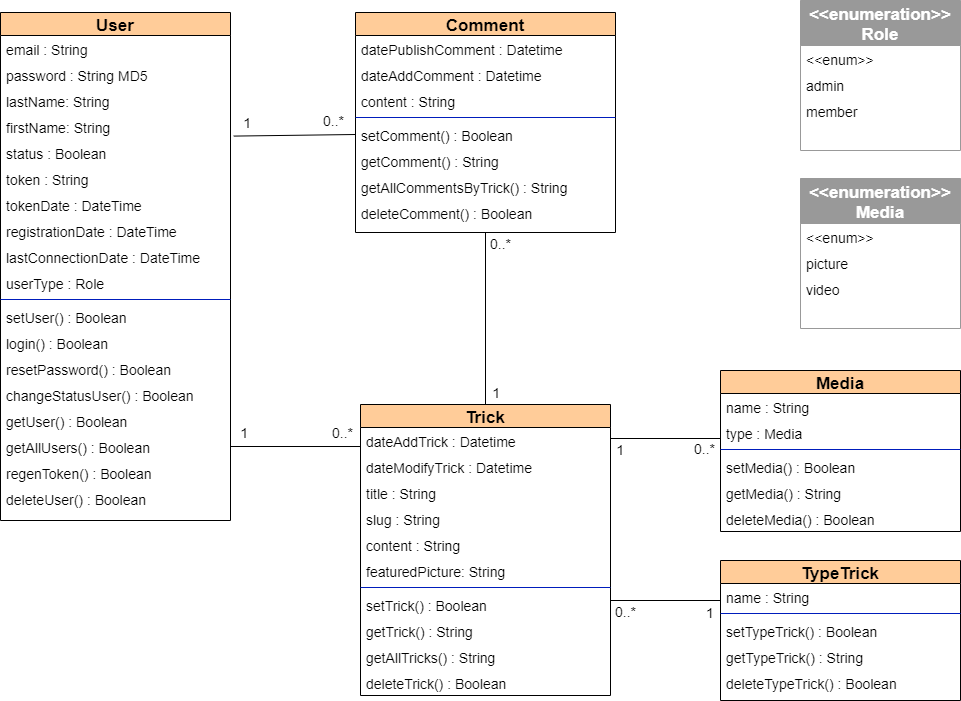
siakamansaly/Community_Website_with_Symfony keeps this draw.io diagram as diagrams/P6_UML_DiagrammeClasses.drawio.png. Above is the earlier version. Source tidied: cells renumbered, new cells last; positions are measured from the earlier drawing's top-left corner, leaving out a move shared by most shapes.
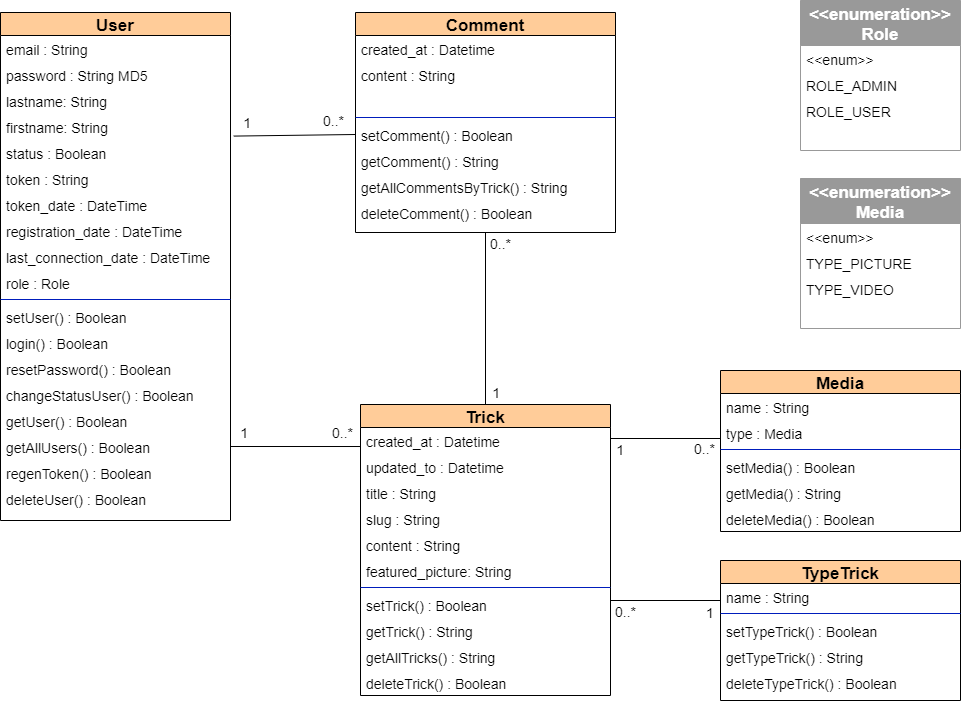
The same diagram one commit later.

What changed in the source:
```diff
@@ -11,10 +11,10 @@
     <mxCell id="4" value="password : String MD5" style="text;align=left;verticalAlign=top;spacingLeft=4;spacingRight=4;overflow=hidden;rounded=0;shadow=0;html=0;fontSize=14;" parent="2" vertex="1">
       <mxGeometry y="49" width="230" height="26" as="geometry" />
     </mxCell>
-    <mxCell id="5" value="lastName: String" style="text;align=left;verticalAlign=top;spacingLeft=4;spacingRight=4;overflow=hidden;rounded=0;shadow=0;html=0;fontSize=14;" parent="2" vertex="1">
+    <mxCell id="5" value="lastname: String" style="text;align=left;verticalAlign=top;spacingLeft=4;spacingRight=4;overflow=hidden;rounded=0;shadow=0;html=0;fontSize=14;" parent="2" vertex="1">
       <mxGeometry y="75" width="230" height="26" as="geometry" />
     </mxCell>
-    <mxCell id="6" value="firstName: String" style="text;align=left;verticalAlign=top;spacingLeft=4;spacingRight=4;overflow=hidden;points=[[0,0.5],[1,0.5]];portConstraint=eastwest;fontSize=14;" parent="2" vertex="1">
+    <mxCell id="6" value="firstname: String" style="text;align=left;verticalAlign=top;spacingLeft=4;spacingRight=4;overflow=hidden;points=[[0,0.5],[1,0.5]];portConstraint=eastwest;fontSize=14;" parent="2" vertex="1">
       <mxGeometry y="101" width="230" height="26" as="geometry" />
     </mxCell>
     <mxCell id="7" value="status : Boolean" style="text;align=left;verticalAlign=top;spacingLeft=4;spacingRight=4;overflow=hidden;fontSize=14;" parent="2" vertex="1">
@@ -23,16 +23,16 @@
     <mxCell id="8" value="token : String" style="text;align=left;verticalAlign=top;spacingLeft=4;spacingRight=4;overflow=hidden;fontSize=14;" parent="2" vertex="1">
       <mxGeometry y="153" width="230" height="26" as="geometry" />
     </mxCell>
-    <mxCell id="9" value="tokenDate : DateTime" style="text;align=left;verticalAlign=top;spacingLeft=4;spacingRight=4;overflow=hidden;fontSize=14;" parent="2" vertex="1">
+    <mxCell id="9" value="token_date : DateTime" style="text;align=left;verticalAlign=top;spacingLeft=4;spacingRight=4;overflow=hidden;fontSize=14;" parent="2" vertex="1">
       <mxGeometry y="179" width="230" height="26" as="geometry" />
     </mxCell>
-    <mxCell id="10" value="registrationDate : DateTime" style="text;align=left;verticalAlign=top;spacingLeft=4;spacingRight=4;overflow=hidden;fontSize=14;" parent="2" vertex="1">
+    <mxCell id="10" value="registration_date : DateTime" style="text;align=left;verticalAlign=top;spacingLeft=4;spacingRight=4;overflow=hidden;fontSize=14;" parent="2" vertex="1">
       <mxGeometry y="205" width="230" height="26" as="geometry" />
     </mxCell>
-    <mxCell id="11" value="lastConnectionDate : DateTime" style="text;align=left;verticalAlign=top;spacingLeft=4;spacingRight=4;overflow=hidden;fontSize=14;" parent="2" vertex="1">
+    <mxCell id="11" value="last_connection_date : DateTime" style="text;align=left;verticalAlign=top;spacingLeft=4;spacingRight=4;overflow=hidden;fontSize=14;" parent="2" vertex="1">
       <mxGeometry y="231" width="230" height="26" as="geometry" />
     </mxCell>
-    <mxCell id="12" value="userType : Role" style="text;align=left;verticalAlign=top;spacingLeft=4;spacingRight=4;overflow=hidden;fontSize=14;" parent="2" vertex="1">
+    <mxCell id="12" value="role : Role" style="text;align=left;verticalAlign=top;spacingLeft=4;spacingRight=4;overflow=hidden;fontSize=14;" parent="2" vertex="1">
       <mxGeometry y="257" width="230" height="26" as="geometry" />
     </mxCell>
     <mxCell id="13" style="line;html=1;strokeWidth=1;align=left;verticalAlign=middle;spacingTop=-1;spacingLeft=3;spacingRight=3;labelPosition=right;fontColor=#ffffff;strokeColor=#001DBC;fillColor=#0050ef;fontSize=14;" parent="2" vertex="1">
@@ -65,10 +65,10 @@
     <mxCell id="22" value="Trick" style="swimlane;fontStyle=1;align=center;verticalAlign=middle;horizontal=1;startSize=23;strokeWidth=1;fontColor=#000000;strokeColor=#000000;fillColor=#FFCC99;spacingTop=-1;spacingLeft=3;spacingRight=3;fontSize=17;" parent="1" vertex="1">
       <mxGeometry x="360" y="404" width="250" height="291" as="geometry" />
     </mxCell>
-    <mxCell id="23" value="dateAddTrick : Datetime" style="text;align=left;verticalAlign=top;spacingLeft=4;spacingRight=4;overflow=hidden;fontSize=14;" parent="22" vertex="1">
+    <mxCell id="23" value="created_at : Datetime" style="text;align=left;verticalAlign=top;spacingLeft=4;spacingRight=4;overflow=hidden;fontSize=14;" parent="22" vertex="1">
       <mxGeometry y="23" width="250" height="26" as="geometry" />
     </mxCell>
-    <mxCell id="24" value="dateModifyTrick : Datetime" style="text;align=left;verticalAlign=top;spacingLeft=4;spacingRight=4;overflow=hidden;points=[[0,0.5],[1,0.5]];portConstraint=eastwest;fontSize=14;" parent="22" vertex="1">
+    <mxCell id="24" value="updated_to : Datetime" style="text;align=left;verticalAlign=top;spacingLeft=4;spacingRight=4;overflow=hidden;points=[[0,0.5],[1,0.5]];portConstraint=eastwest;fontSize=14;" parent="22" vertex="1">
       <mxGeometry y="49" width="250" height="26" as="geometry" />
     </mxCell>
     <mxCell id="25" value="title : String" style="text;align=left;verticalAlign=top;spacingLeft=4;spacingRight=4;overflow=hidden;fontSize=14;" parent="22" vertex="1">
@@ -80,7 +80,7 @@
     <mxCell id="27" value="content : String" style="text;align=left;verticalAlign=top;spacingLeft=4;spacingRight=4;overflow=hidden;fontSize=14;" parent="22" vertex="1">
       <mxGeometry y="127" width="250" height="26" as="geometry" />
     </mxCell>
-    <mxCell id="28" value="featuredPicture: String" style="text;align=left;verticalAlign=top;spacingLeft=4;spacingRight=4;overflow=hidden;fontSize=14;" parent="22" vertex="1">
+    <mxCell id="28" value="featured_picture: String" style="text;align=left;verticalAlign=top;spacingLeft=4;spacingRight=4;overflow=hidden;fontSize=14;" parent="22" vertex="1">
       <mxGeometry y="153" width="250" height="26" as="geometry" />
     </mxCell>
     <mxCell id="29" style="line;html=1;strokeWidth=1;align=left;verticalAlign=middle;spacingTop=-1;spacingLeft=3;spacingRight=3;labelPosition=right;fontColor=#ffffff;strokeColor=#001DBC;fillColor=#0050ef;fontSize=14;" parent="22" vertex="1">
@@ -104,10 +104,10 @@
     <mxCell id="35" value="&lt;&lt;enum&gt;&gt;" style="text;align=left;verticalAlign=top;spacingLeft=4;spacingRight=4;overflow=hidden;fontSize=14;" parent="34" vertex="1">
       <mxGeometry y="45" width="160" height="26" as="geometry" />
     </mxCell>
-    <mxCell id="36" value="admin" style="text;align=left;verticalAlign=top;spacingLeft=4;spacingRight=4;overflow=hidden;fontSize=14;" parent="34" vertex="1">
+    <mxCell id="36" value="ROLE_ADMIN" style="text;align=left;verticalAlign=top;spacingLeft=4;spacingRight=4;overflow=hidden;fontSize=14;" parent="34" vertex="1">
       <mxGeometry y="71" width="160" height="26" as="geometry" />
     </mxCell>
-    <mxCell id="37" value="member" style="text;align=left;verticalAlign=top;spacingLeft=4;spacingRight=4;overflow=hidden;fontSize=14;" parent="34" vertex="1">
+    <mxCell id="37" value="ROLE_USER" style="text;align=left;verticalAlign=top;spacingLeft=4;spacingRight=4;overflow=hidden;fontSize=14;" parent="34" vertex="1">
       <mxGeometry y="97" width="160" height="26" as="geometry" />
     </mxCell>
     <mxCell id="38" style="endArrow=none;html=1;rounded=0;fontSize=14;exitX=0.001;exitY=-0.269;exitDx=0;exitDy=0;entryX=1;entryY=0.5;entryDx=0;entryDy=0;exitPerimeter=0;" parent="1" edge="1" source="24" target="19">
@@ -129,15 +129,15 @@
     <mxCell id="42" value="Comment" style="swimlane;fontStyle=1;align=center;verticalAlign=middle;horizontal=1;startSize=23;strokeWidth=1;fontColor=#000000;strokeColor=#000000;fillColor=#FFCC99;spacingTop=-1;spacingLeft=3;spacingRight=3;fontSize=17;" parent="1" vertex="1">
       <mxGeometry x="355" y="12" width="260" height="220" as="geometry" />
     </mxCell>
-    <mxCell id="43" value="datePublishComment : Datetime" style="text;align=left;verticalAlign=top;spacingLeft=4;spacingRight=4;overflow=hidden;fontSize=14;" parent="42" vertex="1">
-      <mxGeometry y="23" width="260" height="26" as="geometry" />
-    </mxCell>
-    <mxCell id="44" value="dateAddComment : Datetime" style="text;align=left;verticalAlign=top;spacingLeft=4;spacingRight=4;overflow=hidden;fontSize=14;" parent="42" vertex="1">
-      <mxGeometry y="49" width="260" height="26" as="geometry" />
+    <mxCell id="44" value="created_at : Datetime" style="text;align=left;verticalAlign=top;spacingLeft=4;spacingRight=4;overflow=hidden;fontSize=14;" parent="42" vertex="1">
+      <mxGeometry y="23" width="260" height="26" as="geometry" />
     </mxCell>
     <mxCell id="45" value="content : String" style="text;align=left;verticalAlign=top;spacingLeft=4;spacingRight=4;overflow=hidden;fontSize=14;" parent="42" vertex="1">
-      <mxGeometry y="75" width="260" height="26" as="geometry" />
+      <mxGeometry y="49" width="260" height="26" as="geometry" />
     </mxCell>
+    <mxCell id="80" value=" " style="text;align=left;verticalAlign=top;spacingLeft=4;spacingRight=4;overflow=hidden;fontSize=14;" parent="42" vertex="1">
+      <mxGeometry y="75" width="260" height="26" as="geometry" />
+    </mxCell>
     <mxCell id="46" style="line;html=1;strokeWidth=1;align=left;verticalAlign=middle;spacingTop=-1;spacingLeft=3;spacingRight=3;labelPosition=right;fontColor=#ffffff;strokeColor=#001DBC;fillColor=#0050ef;fontSize=14;" parent="42" vertex="1">
       <mxGeometry y="101" width="260" height="8" as="geometry" />
     </mxCell>
@@ -222,10 +222,10 @@
     <mxCell id="68" value="&lt;&lt;enum&gt;&gt;" style="text;align=left;verticalAlign=top;spacingLeft=4;spacingRight=4;overflow=hidden;fontSize=14;" parent="67" vertex="1">
       <mxGeometry y="45" width="160" height="26" as="geometry" />
     </mxCell>
-    <mxCell id="69" value="picture" style="text;align=left;verticalAlign=top;spacingLeft=4;spacingRight=4;overflow=hidden;fontSize=14;" parent="67" vertex="1">
+    <mxCell id="69" value="TYPE_PICTURE" style="text;align=left;verticalAlign=top;spacingLeft=4;spacingRight=4;overflow=hidden;fontSize=14;" parent="67" vertex="1">
       <mxGeometry y="71" width="160" height="26" as="geometry" />
     </mxCell>
-    <mxCell id="70" value="video" style="text;align=left;verticalAlign=top;spacingLeft=4;spacingRight=4;overflow=hidden;fontSize=14;" parent="67" vertex="1">
+    <mxCell id="70" value="TYPE_VIDEO" style="text;align=left;verticalAlign=top;spacingLeft=4;spacingRight=4;overflow=hidden;fontSize=14;" parent="67" vertex="1">
       <mxGeometry y="97" width="160" height="26" as="geometry" />
     </mxCell>
     <mxCell id="71" value="TypeTrick" style="swimlane;fontStyle=1;align=center;verticalAlign=middle;horizontal=1;startSize=23;strokeWidth=1;fontColor=#000000;strokeColor=#000000;fillColor=#FFCC99;spacingTop=-1;spacingLeft=3;spacingRight=3;fontSize=17;" parent="1" vertex="1">
```
